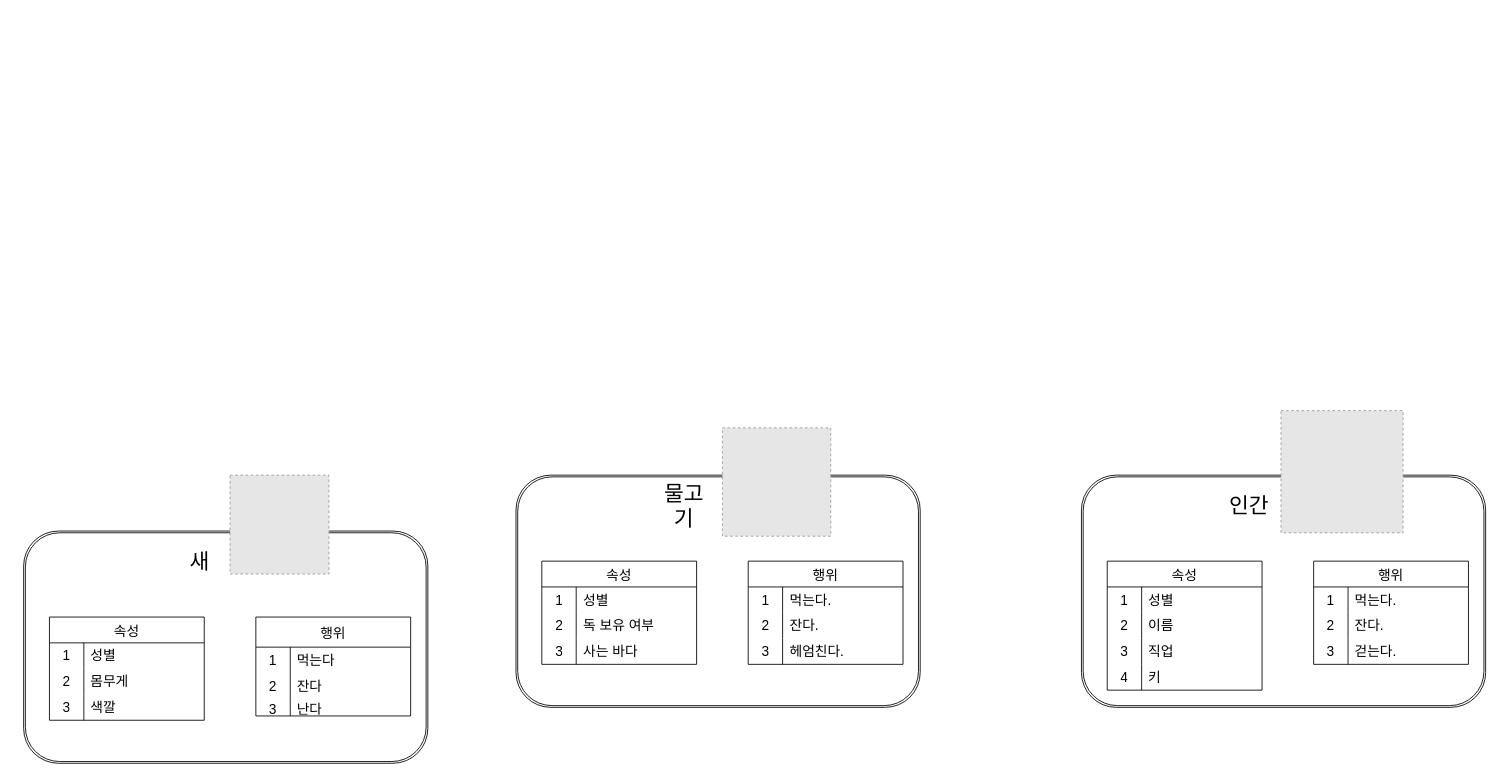
The draw.io diagram page "Page-1" (1 of 4) of Untitled Diagram.drawio in Biewoom/SuperCodingText, before the edit. Source tidied: cells renumbered, new cells numbered last; positions are measured from the earlier drawing's top-left corner, leaving out a move shared by most shapes. Both pictures are drawn from the tidied source at 86%, with x=0, y=0 at pixel (23, 410). Pictures stored in the file or linked from it are replaced by grey dashed boxes.
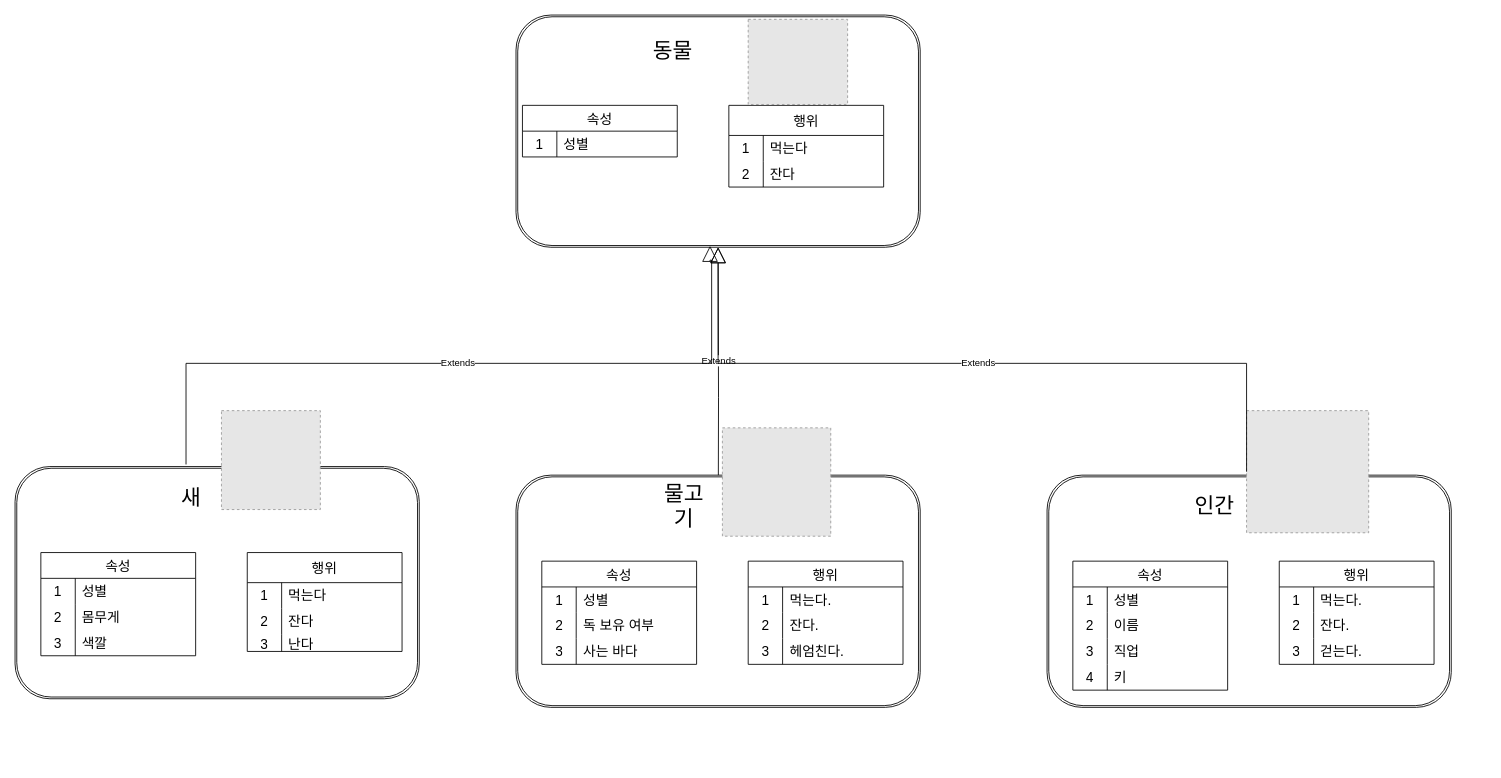
The same diagram, later.

Unchanged cells that the change refers to:
```xml
<mxCell id="25" style="shape=ext;double=1;rounded=1;whiteSpace=wrap;html=1;" parent="1" vertex="1">
  <mxGeometry x="572.5" y="75" width="470" height="270" as="geometry" />
</mxCell>
```

Diff of the diagram source:
```diff
@@
     <mxCell id="2" style="shape=ext;double=1;rounded=1;whiteSpace=wrap;html=1;" parent="1" vertex="1">
-      <mxGeometry y="140" width="470" height="270" as="geometry" />
+      <mxGeometry x="-10" y="65" width="470" height="270" as="geometry" />
     </mxCell>
     <mxCell id="3" value="속성" style="shape=table;startSize=30;childLayout=tableLayout;rowLines=0;fontStyle=0;strokeColor=default;fontSize=16;" parent="1" vertex="1">
-      <mxGeometry x="30" y="240" width="180" height="120" as="geometry" />
+      <mxGeometry x="20" y="165" width="180" height="120" as="geometry" />
     </mxCell>
@@
     <mxCell id="13" value="새" style="text;html=1;strokeColor=none;fillColor=none;align=center;verticalAlign=middle;whiteSpace=wrap;rounded=0;fontSize=25;" parent="1" vertex="1">
-      <mxGeometry x="180" y="160" width="50" height="30" as="geometry" />
+      <mxGeometry x="170" y="85" width="50" height="30" as="geometry" />
     </mxCell>
     <mxCell id="14" style="fillColor=#E6E6E6;strokeColor=#999999;dashed=1;verticalLabelPosition=bottom;labelBackgroundColor=default;verticalAlign=top;" parent="1" vertex="1">
-      <mxGeometry x="240" y="75" width="115" height="115" as="geometry" />
+      <mxGeometry x="230" width="115" height="115" as="geometry" />
     </mxCell>
     <mxCell id="15" value="행위" style="shape=table;startSize=35;childLayout=tableLayout;rowLines=0;fontStyle=0;strokeColor=default;fontSize=16;" parent="1" vertex="1">
-      <mxGeometry x="270" y="240" width="180" height="115" as="geometry" />
+      <mxGeometry x="260" y="165" width="180" height="115" as="geometry" />
     </mxCell>
@@
     <mxCell id="48" style="shape=ext;double=1;rounded=1;whiteSpace=wrap;html=1;" parent="1" vertex="1">
-      <mxGeometry x="1230" y="75" width="470" height="270" as="geometry" />
+      <mxGeometry x="1190" y="75" width="470" height="270" as="geometry" />
     </mxCell>
     <mxCell id="49" value="속성" style="shape=table;startSize=30;childLayout=tableLayout;rowLines=0;fontStyle=0;strokeColor=default;fontSize=16;" parent="1" vertex="1">
-      <mxGeometry x="1260" y="175" width="180" height="150" as="geometry" />
+      <mxGeometry x="1220" y="175" width="180" height="150" as="geometry" />
     </mxCell>
@@
     <mxCell id="62" value="인간" style="text;html=1;strokeColor=none;fillColor=none;align=center;verticalAlign=middle;whiteSpace=wrap;rounded=0;fontSize=25;" parent="1" vertex="1">
-      <mxGeometry x="1390" y="95" width="70" height="30" as="geometry" />
+      <mxGeometry x="1350" y="95" width="70" height="30" as="geometry" />
     </mxCell>
     <mxCell id="63" value="행위" style="shape=table;startSize=30;childLayout=tableLayout;rowLines=0;fontStyle=0;strokeColor=default;fontSize=16;" parent="1" vertex="1">
-      <mxGeometry x="1500" y="175" width="180" height="120" as="geometry" />
+      <mxGeometry x="1460" y="175" width="180" height="120" as="geometry" />
     </mxCell>
@@
     <mxCell id="73" style="fillColor=#E6E6E6;strokeColor=#999999;dashed=1;verticalLabelPosition=bottom;labelBackgroundColor=default;verticalAlign=top;" parent="1" vertex="1">
-      <mxGeometry x="1462" width="142" height="142" as="geometry" />
+      <mxGeometry x="1422" width="142" height="142" as="geometry" />
     </mxCell>
+    <mxCell id="74" style="shape=ext;double=1;rounded=1;whiteSpace=wrap;html=1;" parent="1" vertex="1">
+      <mxGeometry x="572.5" y="-460" width="470" height="270" as="geometry" />
+    </mxCell>
+    <mxCell id="75" value="속성" style="shape=table;startSize=30;childLayout=tableLayout;rowLines=0;fontStyle=0;strokeColor=default;fontSize=16;" parent="1" vertex="1">
+      <mxGeometry x="580" y="-355" width="180" height="60" as="geometry" />
+    </mxCell>
+    <mxCell id="76" style="shape=tableRow;horizontal=0;startSize=0;swimlaneHead=0;swimlaneBody=0;top=0;left=0;bottom=0;right=0;fillColor=none;strokeColor=inherit;fontSize=16;" parent="75" vertex="1">
+      <mxGeometry y="30" width="180" height="30" as="geometry" />
+    </mxCell>
+    <mxCell id="77" value="1" style="shape=partialRectangle;html=1;whiteSpace=wrap;fillColor=none;top=0;left=0;bottom=0;right=0;overflow=hidden;strokeColor=inherit;fontSize=16;" parent="76" vertex="1">
+      <mxGeometry width="40" height="30" as="geometry" />
+    </mxCell>
+    <mxCell id="78" value="성별" style="shape=partialRectangle;html=1;whiteSpace=wrap;fillColor=none;top=0;left=0;bottom=0;right=0;align=left;spacingLeft=6;overflow=hidden;strokeColor=inherit;fontSize=16;" parent="76" vertex="1">
+      <mxGeometry x="40" width="140" height="30" as="geometry" />
+    </mxCell>
+    <mxCell id="79" value="동물" style="text;html=1;strokeColor=none;fillColor=none;align=center;verticalAlign=middle;whiteSpace=wrap;rounded=0;fontSize=25;" parent="1" vertex="1">
+      <mxGeometry x="730" y="-435" width="50" height="30" as="geometry" />
+    </mxCell>
+    <mxCell id="80" value="행위" style="shape=table;startSize=35;childLayout=tableLayout;rowLines=0;fontStyle=0;strokeColor=default;fontSize=16;" parent="1" vertex="1">
+      <mxGeometry x="820" y="-355" width="180" height="95" as="geometry" />
+    </mxCell>
+    <mxCell id="81" style="shape=tableRow;horizontal=0;startSize=0;swimlaneHead=0;swimlaneBody=0;top=0;left=0;bottom=0;right=0;fillColor=none;strokeColor=inherit;fontSize=16;" parent="80" vertex="1">
+      <mxGeometry y="35" width="180" height="30" as="geometry" />
+    </mxCell>
+    <mxCell id="82" value="1" style="shape=partialRectangle;html=1;whiteSpace=wrap;fillColor=none;top=0;left=0;bottom=0;right=0;overflow=hidden;strokeColor=inherit;fontSize=16;" parent="81" vertex="1">
+      <mxGeometry width="40" height="30" as="geometry" />
+    </mxCell>
+    <mxCell id="83" value="먹는다" style="shape=partialRectangle;html=1;whiteSpace=wrap;fillColor=none;top=0;left=0;bottom=0;right=0;align=left;spacingLeft=6;overflow=hidden;strokeColor=inherit;fontSize=16;" parent="81" vertex="1">
+      <mxGeometry x="40" width="140" height="30" as="geometry" />
+    </mxCell>
+    <mxCell id="84" style="shape=tableRow;horizontal=0;startSize=0;swimlaneHead=0;swimlaneBody=0;top=0;left=0;bottom=0;right=0;fillColor=none;strokeColor=inherit;fontSize=16;" parent="80" vertex="1">
+      <mxGeometry y="65" width="180" height="30" as="geometry" />
+    </mxCell>
+    <mxCell id="85" value="2" style="shape=partialRectangle;html=1;whiteSpace=wrap;fillColor=none;top=0;left=0;bottom=0;right=0;overflow=hidden;strokeColor=inherit;fontSize=16;" parent="84" vertex="1">
+      <mxGeometry width="40" height="30" as="geometry" />
+    </mxCell>
+    <mxCell id="86" value="잔다" style="shape=partialRectangle;html=1;whiteSpace=wrap;fillColor=none;top=0;left=0;bottom=0;right=0;align=left;spacingLeft=6;overflow=hidden;strokeColor=inherit;fontSize=16;" parent="84" vertex="1">
+      <mxGeometry x="40" width="140" height="30" as="geometry" />
+    </mxCell>
+    <mxCell id="87" style="fillColor=#E6E6E6;strokeColor=#999999;dashed=1;verticalLabelPosition=bottom;labelBackgroundColor=default;verticalAlign=top;" parent="1" vertex="1">
+      <mxGeometry x="842.5" y="-455" width="115.6" height="99" as="geometry" />
+    </mxCell>
+    <mxCell id="88" value="Extends" style="endArrow=block;endSize=16;endFill=0;html=1;rounded=0;entryX=0.5;entryY=1;entryDx=0;entryDy=0;" parent="1" edge="1" source="25" target="74">
+      <mxGeometry relative="1" as="geometry">
+        <Array as="points">
+          <mxPoint x="808" y="-15" />
+        </Array>
+      </mxGeometry>
+    </mxCell>
+    <mxCell id="89" value="Extends" style="endArrow=block;endSize=16;endFill=0;html=1;rounded=0;entryX=0.5;entryY=1;entryDx=0;entryDy=0;exitX=0;exitY=0.5;exitDx=0;exitDy=0;edgeStyle=orthogonalEdgeStyle;" parent="1" edge="1" source="73" target="74">
+      <mxGeometry relative="1" as="geometry">
+        <Array as="points">
+          <mxPoint x="1422" y="-55" />
+          <mxPoint x="808" y="-55" />
+        </Array>
+      </mxGeometry>
+    </mxCell>
+    <mxCell id="90" value="Extends" style="endArrow=block;endSize=16;endFill=0;html=1;rounded=0;entryX=0.48;entryY=0.994;entryDx=0;entryDy=0;exitX=0.423;exitY=-0.009;exitDx=0;exitDy=0;entryPerimeter=0;exitPerimeter=0;edgeStyle=orthogonalEdgeStyle;" parent="1" edge="1" source="2" target="74">
+      <mxGeometry relative="1" as="geometry">
+        <Array as="points">
+          <mxPoint x="189" y="-55" />
+          <mxPoint x="800" y="-55" />
+          <mxPoint x="800" y="-175" />
+          <mxPoint x="798" y="-175" />
+        </Array>
+      </mxGeometry>
+    </mxCell>
```
